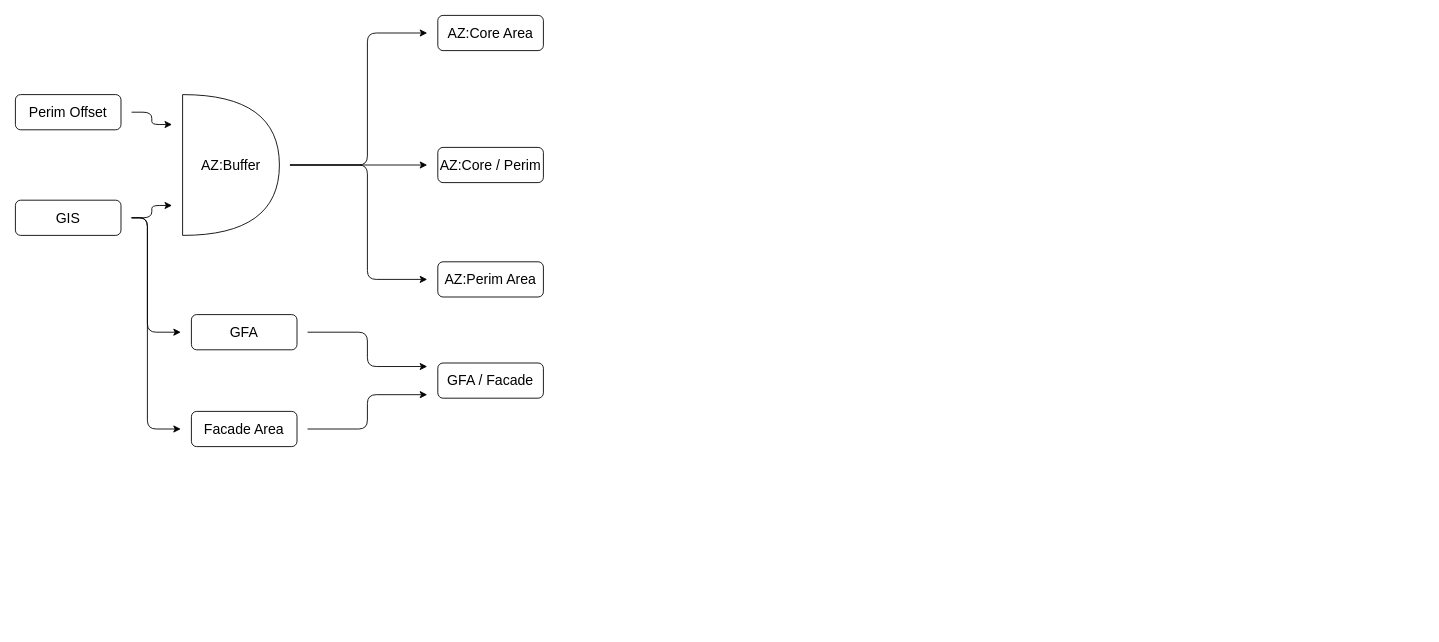
The draw.io diagram ml-for-bem/figures/ShoeboxDimensioning.drawio in szvsw/ml-for-building-energy-modeling, before the edit. Source tidied: cells renumbered, new cells numbered last; positions are measured from the earlier drawing's top-left corner, leaving out a move shared by most shapes. Both pictures are drawn from the tidied source at 88%, with x=0, y=0 at pixel (15, 15).
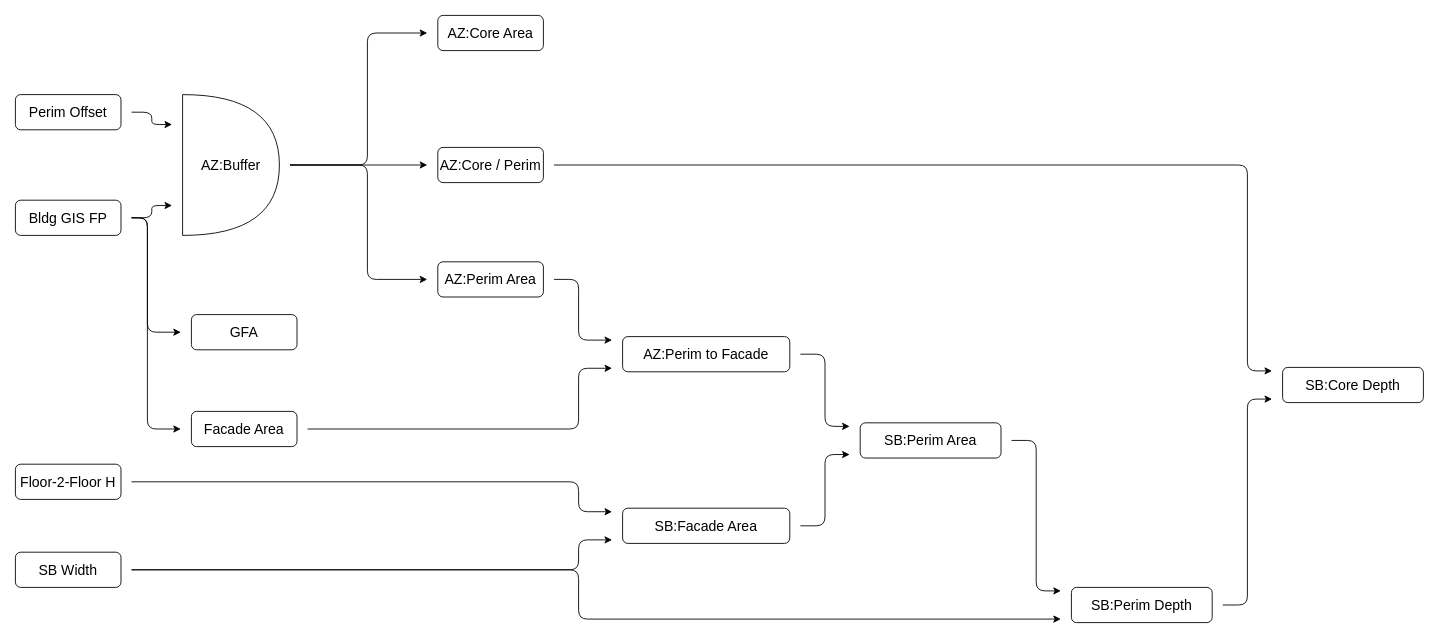
The same diagram, later.

Unchanged cells that the change refers to:
```xml
<mxCell id="8" value="&lt;font style=&quot;font-size: 16px;&quot;&gt;AZ:Perim Area&lt;br&gt;&lt;/font&gt;" style="rounded=1;whiteSpace=wrap;html=1;strokeColor=default;align=center;verticalAlign=middle;fontFamily=Helvetica;fontSize=12;fontColor=default;fillColor=default;perimeterSpacing=12;" parent="1" vertex="1">
  <mxGeometry x="480" y="280" width="120" height="40" as="geometry" />
</mxCell>
<mxCell id="11" value="&lt;font style=&quot;font-size: 16px;&quot;&gt;AZ:Core / Perim&lt;/font&gt;" style="rounded=1;whiteSpace=wrap;html=1;strokeColor=default;align=center;verticalAlign=middle;fontFamily=Helvetica;fontSize=12;fontColor=default;fillColor=default;perimeterSpacing=12;" parent="1" vertex="1">
  <mxGeometry x="480" y="150" width="120" height="40" as="geometry" />
</mxCell>
<mxCell id="14" value="&lt;font style=&quot;font-size: 16px;&quot;&gt;GFA&lt;/font&gt;" style="rounded=1;whiteSpace=wrap;html=1;strokeColor=default;align=center;verticalAlign=middle;fontFamily=Helvetica;fontSize=12;fontColor=default;fillColor=default;perimeterSpacing=12;" parent="1" vertex="1">
  <mxGeometry x="200" y="340" width="120" height="40" as="geometry" />
</mxCell>
<mxCell id="16" value="&lt;font style=&quot;font-size: 16px;&quot;&gt;Facade Area&lt;/font&gt;" style="rounded=1;whiteSpace=wrap;html=1;strokeColor=default;align=center;verticalAlign=middle;fontFamily=Helvetica;fontSize=12;fontColor=default;fillColor=default;perimeterSpacing=12;" parent="1" vertex="1">
  <mxGeometry x="200" y="450" width="120" height="40" as="geometry" />
</mxCell>
```

What changed in the source:
```diff
@@
-    <mxCell id="5" value="&lt;font style=&quot;font-size: 16px;&quot;&gt;GIS&lt;br&gt;&lt;/font&gt;" style="rounded=1;whiteSpace=wrap;html=1;perimeterSpacing=12;" parent="1" vertex="1">
+    <mxCell id="5" value="&lt;font style=&quot;font-size: 16px;&quot;&gt;Bldg &lt;font style=&quot;font-size: 16px;&quot;&gt;GIS FP&lt;br&gt;&lt;/font&gt;&lt;/font&gt;" style="rounded=1;whiteSpace=wrap;html=1;perimeterSpacing=12;" parent="1" vertex="1">
       <mxGeometry y="210" width="120" height="40" as="geometry" />
     </mxCell>
@@
+    <mxCell id="20" style="edgeStyle=orthogonalEdgeStyle;shape=connector;rounded=1;jettySize=auto;html=1;entryX=0;entryY=0.25;entryDx=0;entryDy=0;labelBackgroundColor=default;strokeColor=default;align=center;verticalAlign=middle;fontFamily=Helvetica;fontSize=12;fontColor=default;endArrow=classic;" parent="1" edge="1" source="8" target="31">
+      <mxGeometry relative="1" as="geometry">
+        <Array as="points">
+          <mxPoint x="640" y="300" />
+          <mxPoint x="640" y="369" />
+        </Array>
+      </mxGeometry>
+    </mxCell>
@@
+    <mxCell id="21" style="edgeStyle=orthogonalEdgeStyle;shape=connector;rounded=1;jettySize=auto;html=1;entryX=0;entryY=0.25;entryDx=0;entryDy=0;labelBackgroundColor=default;strokeColor=default;align=center;verticalAlign=middle;fontFamily=Helvetica;fontSize=12;fontColor=default;endArrow=classic;" parent="1" edge="1" source="11" target="36">
+      <mxGeometry relative="1" as="geometry">
+        <Array as="points">
+          <mxPoint x="1400" y="170" />
+          <mxPoint x="1400" y="404" />
+        </Array>
+      </mxGeometry>
+    </mxCell>
@@
-    <mxCell id="13" style="edgeStyle=orthogonalEdgeStyle;rounded=1;jettySize=auto;html=1;entryX=0;entryY=0.25;entryDx=0;entryDy=0;fontFamily=Helvetica;fontSize=12;fontColor=default;" parent="1" edge="1" source="14" target="19">
-      <mxGeometry relative="1" as="geometry">
-        <Array as="points">
-          <mxPoint x="400" y="360" />
-          <mxPoint x="400" y="399" />
-        </Array>
-      </mxGeometry>
-    </mxCell>
@@
-    <mxCell id="15" style="edgeStyle=orthogonalEdgeStyle;rounded=1;jettySize=auto;html=1;entryX=0;entryY=0.75;entryDx=0;entryDy=0;fontFamily=Helvetica;fontSize=12;fontColor=default;" parent="1" edge="1" source="16" target="19">
-      <mxGeometry relative="1" as="geometry">
-        <Array as="points">
-          <mxPoint x="400" y="470" />
-          <mxPoint x="400" y="431" />
-        </Array>
-      </mxGeometry>
-    </mxCell>
+    <mxCell id="22" style="edgeStyle=orthogonalEdgeStyle;shape=connector;rounded=1;jettySize=auto;html=1;entryX=0;entryY=0.75;entryDx=0;entryDy=0;labelBackgroundColor=default;strokeColor=default;align=center;verticalAlign=middle;fontFamily=Helvetica;fontSize=12;fontColor=default;endArrow=classic;" parent="1" edge="1" source="16" target="31">
+      <mxGeometry relative="1" as="geometry">
+        <Array as="points">
+          <mxPoint x="640" y="470" />
+          <mxPoint x="640" y="401" />
+        </Array>
+      </mxGeometry>
+    </mxCell>
@@
-    <mxCell id="19" value="&lt;font style=&quot;font-size: 16px;&quot;&gt;GFA / Facade&lt;br&gt;&lt;/font&gt;" style="rounded=1;whiteSpace=wrap;html=1;strokeColor=default;align=center;verticalAlign=middle;fontFamily=Helvetica;fontSize=12;fontColor=default;fillColor=default;perimeterSpacing=12;" parent="1" vertex="1">
-      <mxGeometry x="480" y="395" width="120" height="40" as="geometry" />
-    </mxCell>
+    <mxCell id="23" style="edgeStyle=orthogonalEdgeStyle;rounded=1;jettySize=auto;html=1;entryX=0;entryY=0.75;entryDx=0;entryDy=0;fontFamily=Helvetica;fontSize=12;fontColor=default;" parent="1" edge="1" source="25" target="29">
+      <mxGeometry relative="1" as="geometry">
+        <Array as="points">
+          <mxPoint x="640" y="630" />
+          <mxPoint x="640" y="596" />
+        </Array>
+      </mxGeometry>
+    </mxCell>
+    <mxCell id="24" style="edgeStyle=orthogonalEdgeStyle;shape=connector;rounded=1;jettySize=auto;html=1;entryX=0;entryY=0.75;entryDx=0;entryDy=0;labelBackgroundColor=default;strokeColor=default;align=center;verticalAlign=middle;fontFamily=Helvetica;fontSize=12;fontColor=default;endArrow=classic;" parent="1" edge="1" source="25" target="35">
+      <mxGeometry relative="1" as="geometry">
+        <Array as="points">
+          <mxPoint x="640" y="630" />
+          <mxPoint x="640" y="686" />
+        </Array>
+      </mxGeometry>
+    </mxCell>
+    <mxCell id="25" value="&lt;font style=&quot;font-size: 16px;&quot;&gt;SB Width&lt;font style=&quot;font-size: 16px;&quot;&gt;&lt;br&gt;&lt;/font&gt;&lt;/font&gt;" style="rounded=1;whiteSpace=wrap;html=1;perimeterSpacing=12;" parent="1" vertex="1">
+      <mxGeometry y="610" width="120" height="40" as="geometry" />
+    </mxCell>
+    <mxCell id="26" style="edgeStyle=orthogonalEdgeStyle;rounded=1;jettySize=auto;html=1;fontFamily=Helvetica;fontSize=12;fontColor=default;entryX=0;entryY=0.25;entryDx=0;entryDy=0;" parent="1" edge="1" source="27" target="29">
+      <mxGeometry relative="1" as="geometry">
+        <Array as="points">
+          <mxPoint x="640" y="530" />
+          <mxPoint x="640" y="564" />
+        </Array>
+      </mxGeometry>
+    </mxCell>
+    <mxCell id="27" value="&lt;font style=&quot;font-size: 16px;&quot;&gt;Floor-2-Floor H&lt;font style=&quot;font-size: 16px;&quot;&gt;&lt;br&gt;&lt;/font&gt;&lt;/font&gt;" style="rounded=1;whiteSpace=wrap;html=1;perimeterSpacing=12;" parent="1" vertex="1">
+      <mxGeometry y="510" width="120" height="40" as="geometry" />
+    </mxCell>
+    <mxCell id="28" style="edgeStyle=orthogonalEdgeStyle;shape=connector;rounded=1;jettySize=auto;html=1;entryX=0;entryY=0.75;entryDx=0;entryDy=0;labelBackgroundColor=default;strokeColor=default;align=center;verticalAlign=middle;fontFamily=Helvetica;fontSize=12;fontColor=default;endArrow=classic;" parent="1" edge="1" source="29" target="33">
+      <mxGeometry relative="1" as="geometry">
+        <Array as="points">
+          <mxPoint x="920" y="580" />
+          <mxPoint x="920" y="499" />
+        </Array>
+      </mxGeometry>
+    </mxCell>
+    <mxCell id="29" value="&lt;font style=&quot;font-size: 16px;&quot;&gt;SB:Facade Area&lt;font style=&quot;font-size: 16px;&quot;&gt;&lt;br&gt;&lt;/font&gt;&lt;/font&gt;" style="rounded=1;whiteSpace=wrap;html=1;strokeColor=default;align=center;verticalAlign=middle;fontFamily=Helvetica;fontSize=12;fontColor=default;fillColor=default;perimeterSpacing=12;" parent="1" vertex="1">
+      <mxGeometry x="690" y="560" width="190" height="40" as="geometry" />
+    </mxCell>
+    <mxCell id="30" style="edgeStyle=orthogonalEdgeStyle;shape=connector;rounded=1;jettySize=auto;html=1;entryX=0;entryY=0.25;entryDx=0;entryDy=0;labelBackgroundColor=default;strokeColor=default;align=center;verticalAlign=middle;fontFamily=Helvetica;fontSize=12;fontColor=default;endArrow=classic;" parent="1" edge="1" source="31" target="33">
+      <mxGeometry relative="1" as="geometry">
+        <Array as="points">
+          <mxPoint x="920" y="385" />
+          <mxPoint x="920" y="467" />
+        </Array>
+      </mxGeometry>
+    </mxCell>
+    <mxCell id="31" value="&lt;font style=&quot;font-size: 16px;&quot;&gt;AZ:Perim to Facade&lt;font style=&quot;font-size: 16px;&quot;&gt;&lt;br&gt;&lt;/font&gt;&lt;/font&gt;" style="rounded=1;whiteSpace=wrap;html=1;strokeColor=default;align=center;verticalAlign=middle;fontFamily=Helvetica;fontSize=12;fontColor=default;fillColor=default;perimeterSpacing=12;" parent="1" vertex="1">
+      <mxGeometry x="690" y="365" width="190" height="40" as="geometry" />
+    </mxCell>
+    <mxCell id="32" style="edgeStyle=orthogonalEdgeStyle;shape=connector;rounded=1;jettySize=auto;html=1;entryX=0;entryY=0.25;entryDx=0;entryDy=0;labelBackgroundColor=default;strokeColor=default;align=center;verticalAlign=middle;fontFamily=Helvetica;fontSize=12;fontColor=default;endArrow=classic;" parent="1" edge="1" source="33" target="35">
+      <mxGeometry relative="1" as="geometry">
+        <Array as="points">
+          <mxPoint x="1160" y="483" />
+          <mxPoint x="1160" y="654" />
+        </Array>
+      </mxGeometry>
+    </mxCell>
+    <mxCell id="33" value="&lt;font style=&quot;font-size: 16px;&quot;&gt;SB:Perim Area&lt;font style=&quot;font-size: 16px;&quot;&gt;&lt;br&gt;&lt;/font&gt;&lt;/font&gt;" style="rounded=1;whiteSpace=wrap;html=1;strokeColor=default;align=center;verticalAlign=middle;fontFamily=Helvetica;fontSize=12;fontColor=default;fillColor=default;perimeterSpacing=12;" parent="1" vertex="1">
+      <mxGeometry x="960" y="463" width="160" height="40" as="geometry" />
+    </mxCell>
+    <mxCell id="34" style="edgeStyle=orthogonalEdgeStyle;shape=connector;rounded=1;jettySize=auto;html=1;entryX=0;entryY=0.75;entryDx=0;entryDy=0;labelBackgroundColor=default;strokeColor=default;align=center;verticalAlign=middle;fontFamily=Helvetica;fontSize=12;fontColor=default;endArrow=classic;" parent="1" edge="1" source="35" target="36">
+      <mxGeometry relative="1" as="geometry">
+        <Array as="points">
+          <mxPoint x="1400" y="670" />
+          <mxPoint x="1400" y="436" />
+        </Array>
+      </mxGeometry>
+    </mxCell>
+    <mxCell id="35" value="&lt;font style=&quot;font-size: 16px;&quot;&gt;SB:Perim Depth&lt;font style=&quot;font-size: 16px;&quot;&gt;&lt;br&gt;&lt;/font&gt;&lt;/font&gt;" style="rounded=1;whiteSpace=wrap;html=1;strokeColor=default;align=center;verticalAlign=middle;fontFamily=Helvetica;fontSize=12;fontColor=default;fillColor=default;perimeterSpacing=12;" parent="1" vertex="1">
+      <mxGeometry x="1200" y="650" width="160" height="40" as="geometry" />
+    </mxCell>
+    <mxCell id="36" value="&lt;div&gt;&lt;font style=&quot;font-size: 16px;&quot;&gt;SB:Core Depth&lt;/font&gt;&lt;/div&gt;" style="rounded=1;whiteSpace=wrap;html=1;strokeColor=default;align=center;verticalAlign=middle;fontFamily=Helvetica;fontSize=12;fontColor=default;fillColor=default;perimeterSpacing=12;" parent="1" vertex="1">
+      <mxGeometry x="1440" y="400" width="160" height="40" as="geometry" />
+    </mxCell>
```
